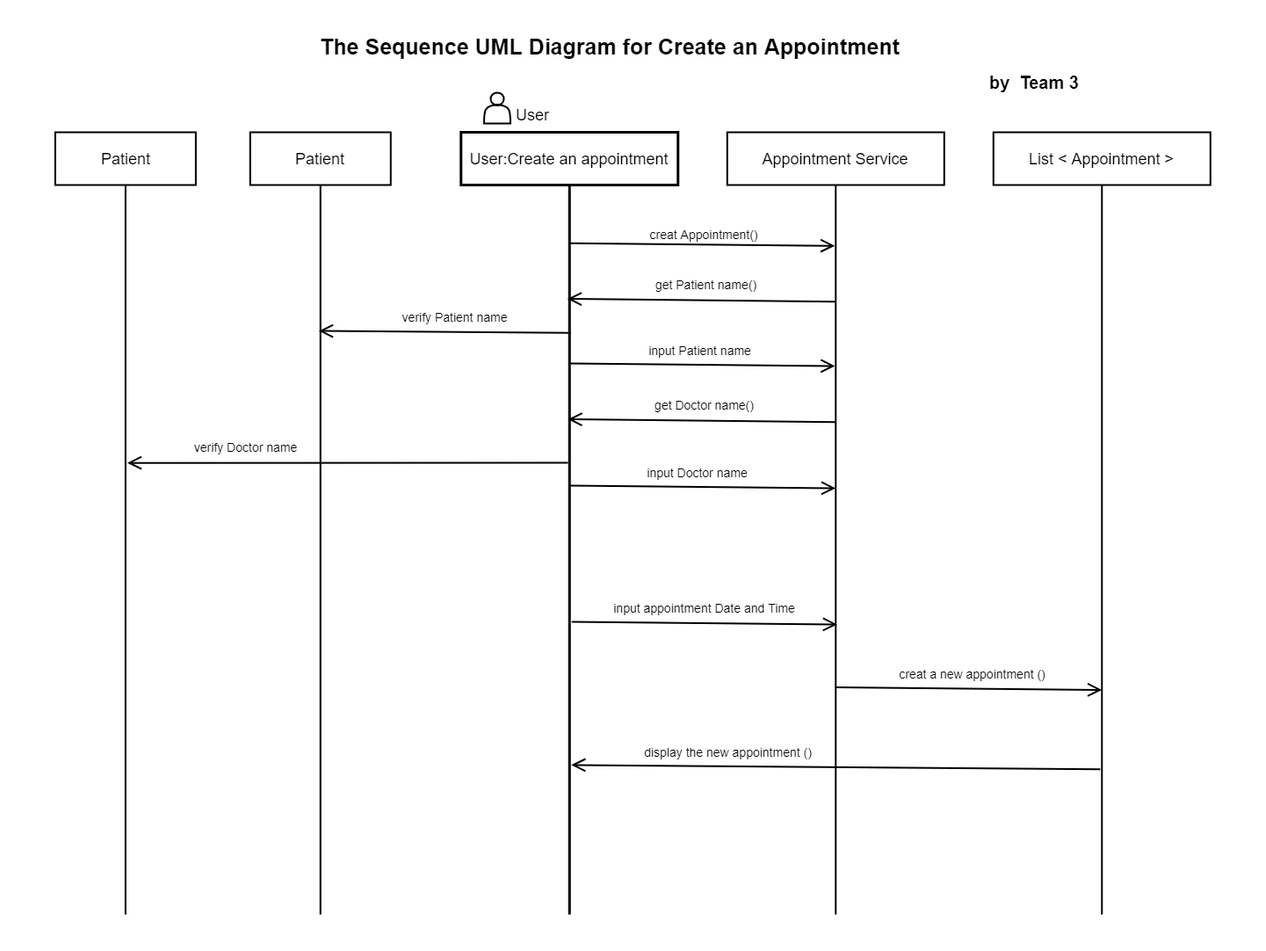
Above: UMI-Diagram/SequenceUML01.png in Tragicboyjay/Programmin-II-Medical-Group-Project (draw.io), before the change. Source tidied: cells renumbered, new cells last; positions are measured from the earlier drawing's top-left corner, leaving out a move shared by most shapes.
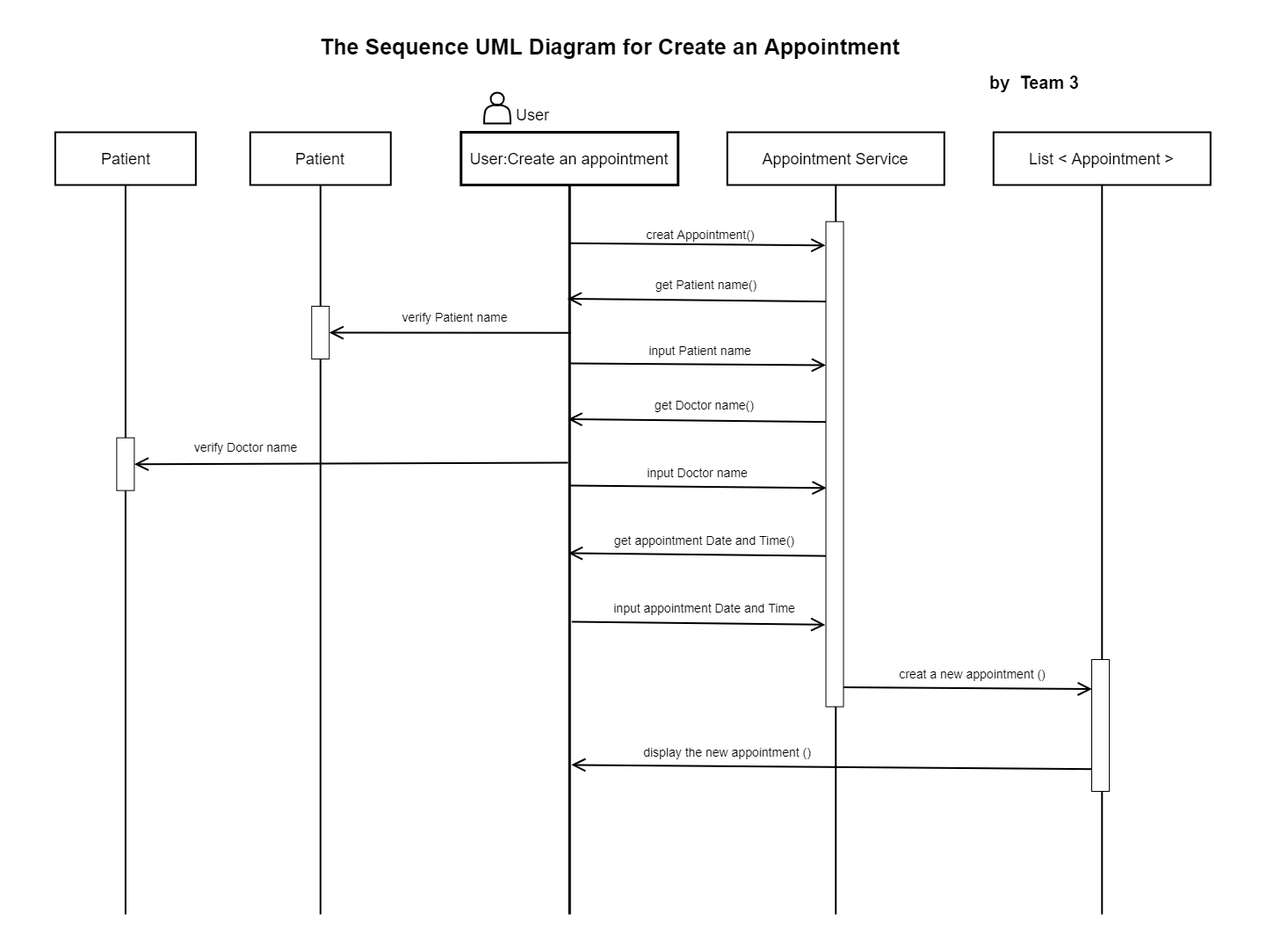
Later version of the same file.

Change to the diagram source:
```diff
@@ -56,10 +56,9 @@
     <mxCell id="19" value="&lt;p style=&quot;line-height: 180%&quot;&gt;&lt;b style=&quot;line-height: 230%&quot;&gt;&lt;font style=&quot;font-size: 20px&quot;&gt;by&amp;nbsp; Team 3&lt;/font&gt;&lt;/b&gt;&lt;/p&gt;" style="text;html=1;strokeColor=none;fillColor=none;align=center;verticalAlign=middle;whiteSpace=wrap;rounded=0;strokeWidth=7;" parent="1" vertex="1">
       <mxGeometry x="1121" y="70" width="110" height="50" as="geometry" />
     </mxCell>
-    <mxCell id="20" style="endArrow=open;endFill=1;endSize=12;html=1;strokeWidth=2;entryX=0.297;entryY=0.456;entryDx=0;entryDy=0;entryPerimeter=0;exitX=0.297;exitY=0.377;exitDx=0;exitDy=0;exitPerimeter=0;" parent="1" edge="1">
+    <mxCell id="20" style="endArrow=open;endFill=1;endSize=12;html=1;strokeWidth=2;entryX=-0.03;entryY=0.049;entryDx=0;entryDy=0;entryPerimeter=0;exitX=0.297;exitY=0.377;exitDx=0;exitDy=0;exitPerimeter=0;" parent="1" edge="1" target="47">
       <mxGeometry relative="1" as="geometry">
         <mxPoint x="647" y="276.2" as="sourcePoint" />
-        <mxPoint x="949.2" y="279.2" as="targetPoint" />
       </mxGeometry>
     </mxCell>
     <mxCell id="21" value="&amp;nbsp;&lt;font style=&quot;font-size: 14px&quot;&gt; &amp;nbsp; creat Appointment()&amp;nbsp; &amp;nbsp;&lt;/font&gt;" style="edgeLabel;html=1;align=center;verticalAlign=middle;" parent="20" vertex="1">
@@ -76,79 +75,95 @@
     <mxCell id="23" value="&lt;span style=&quot;font-size: 14px&quot;&gt;get Patient name()&lt;/span&gt;" style="text;html=1;align=center;verticalAlign=middle;" parent="1" vertex="1">
       <mxGeometry x="737.5" y="313" width="130" height="20" as="geometry" />
     </mxCell>
-    <mxCell id="24" style="endArrow=open;endFill=1;endSize=12;html=1;strokeWidth=2;exitX=0.181;exitY=0.649;exitDx=0;exitDy=0;exitPerimeter=0;" parent="1" edge="1">
-      <mxGeometry relative="1" as="geometry">
-        <mxPoint x="648.8" y="378.3" as="sourcePoint" />
-        <mxPoint x="362" y="376" as="targetPoint" />
-      </mxGeometry>
+    <mxCell id="24" value="&lt;span style=&quot;font-size: 14px&quot;&gt;verify Patient name&lt;/span&gt;" style="text;html=1;align=center;verticalAlign=middle;" parent="1" vertex="1">
+      <mxGeometry x="446.5" y="350" width="140" height="20" as="geometry" />
     </mxCell>
-    <mxCell id="25" value="&lt;span style=&quot;font-size: 14px&quot;&gt;verify Patient name&lt;/span&gt;" style="text;html=1;align=center;verticalAlign=middle;" parent="1" vertex="1">
-      <mxGeometry x="446.5" y="350" width="140" height="20" as="geometry" />
+    <mxCell id="25" style="endArrow=open;endFill=1;endSize=12;html=1;strokeWidth=2;entryX=-0.001;entryY=0.296;entryDx=0;entryDy=0;entryPerimeter=0;exitX=0.297;exitY=0.377;exitDx=0;exitDy=0;exitPerimeter=0;" parent="1" edge="1" target="47">
+      <mxGeometry relative="1" as="geometry">
+        <mxPoint x="647.2" y="413" as="sourcePoint" />
+      </mxGeometry>
     </mxCell>
-    <mxCell id="26" style="endArrow=open;endFill=1;endSize=12;html=1;strokeWidth=2;entryX=0.297;entryY=0.456;entryDx=0;entryDy=0;entryPerimeter=0;exitX=0.297;exitY=0.377;exitDx=0;exitDy=0;exitPerimeter=0;" parent="1" edge="1">
-      <mxGeometry relative="1" as="geometry">
-        <mxPoint x="647.2" y="413" as="sourcePoint" />
-        <mxPoint x="949.5" y="416" as="targetPoint" />
-      </mxGeometry>
+    <mxCell id="26" value="&lt;span style=&quot;font-size: 14px&quot;&gt;input Patient name&lt;/span&gt;" style="text;html=1;align=center;verticalAlign=middle;" parent="1" vertex="1">
+      <mxGeometry x="730" y="388" width="130" height="20" as="geometry" />
     </mxCell>
-    <mxCell id="27" value="&lt;span style=&quot;font-size: 14px&quot;&gt;input Patient name&lt;/span&gt;" style="text;html=1;align=center;verticalAlign=middle;" parent="1" vertex="1">
-      <mxGeometry x="730" y="388" width="130" height="20" as="geometry" />
+    <mxCell id="27" style="endArrow=open;endFill=1;endSize=12;html=1;strokeWidth=2;exitX=0.138;exitY=0.525;exitDx=0;exitDy=0;exitPerimeter=0;entryX=0.136;entryY=0.747;entryDx=0;entryDy=0;entryPerimeter=0;" parent="1" edge="1">
+      <mxGeometry relative="1" as="geometry">
+        <mxPoint x="950.6" y="479.7" as="sourcePoint" />
+        <mxPoint x="645.4" y="476.5" as="targetPoint" />
+      </mxGeometry>
     </mxCell>
-    <mxCell id="28" style="endArrow=open;endFill=1;endSize=12;html=1;strokeWidth=2;exitX=0.138;exitY=0.525;exitDx=0;exitDy=0;exitPerimeter=0;entryX=0.136;entryY=0.747;entryDx=0;entryDy=0;entryPerimeter=0;" parent="1" edge="1">
-      <mxGeometry relative="1" as="geometry">
-        <mxPoint x="950.6" y="479.7" as="sourcePoint" />
-        <mxPoint x="645.4" y="476.5" as="targetPoint" />
-      </mxGeometry>
+    <mxCell id="28" value="&lt;span style=&quot;font-size: 14px&quot;&gt;get Doctor name()&lt;/span&gt;" style="text;html=1;align=center;verticalAlign=middle;" parent="1" vertex="1">
+      <mxGeometry x="735.1" y="450" width="130" height="20" as="geometry" />
     </mxCell>
-    <mxCell id="29" value="&lt;span style=&quot;font-size: 14px&quot;&gt;get Doctor name()&lt;/span&gt;" style="text;html=1;align=center;verticalAlign=middle;" parent="1" vertex="1">
-      <mxGeometry x="735.1" y="450" width="130" height="20" as="geometry" />
+    <mxCell id="29" style="endArrow=open;endFill=1;endSize=12;html=1;strokeWidth=2;entryX=0.031;entryY=0.549;entryDx=0;entryDy=0;entryPerimeter=0;exitX=0.297;exitY=0.377;exitDx=0;exitDy=0;exitPerimeter=0;" parent="1" edge="1" target="47">
+      <mxGeometry relative="1" as="geometry">
+        <mxPoint x="647.9" y="552" as="sourcePoint" />
+      </mxGeometry>
     </mxCell>
-    <mxCell id="30" style="endArrow=open;endFill=1;endSize=12;html=1;strokeWidth=2;entryX=0.297;entryY=0.456;entryDx=0;entryDy=0;entryPerimeter=0;exitX=0.297;exitY=0.377;exitDx=0;exitDy=0;exitPerimeter=0;" parent="1" edge="1">
-      <mxGeometry relative="1" as="geometry">
-        <mxPoint x="647.9" y="552" as="sourcePoint" />
-        <mxPoint x="950.1" y="555" as="targetPoint" />
-      </mxGeometry>
+    <mxCell id="30" value="&lt;span style=&quot;font-size: 14px&quot;&gt;input Doctor name&lt;/span&gt;" style="text;html=1;align=center;verticalAlign=middle;" parent="1" vertex="1">
+      <mxGeometry x="727.6" y="527" width="130" height="20" as="geometry" />
     </mxCell>
-    <mxCell id="31" value="&lt;span style=&quot;font-size: 14px&quot;&gt;input Doctor name&lt;/span&gt;" style="text;html=1;align=center;verticalAlign=middle;" parent="1" vertex="1">
-      <mxGeometry x="727.6" y="527" width="130" height="20" as="geometry" />
+    <mxCell id="31" style="endArrow=open;endFill=1;endSize=12;html=1;strokeWidth=2;exitX=0.181;exitY=0.649;exitDx=0;exitDy=0;exitPerimeter=0;entryX=1;entryY=0.5;entryDx=0;entryDy=0;" parent="1" edge="1" target="45">
+      <mxGeometry relative="1" as="geometry">
+        <mxPoint x="645.5" y="526" as="sourcePoint" />
+      </mxGeometry>
     </mxCell>
-    <mxCell id="32" style="endArrow=open;endFill=1;endSize=12;html=1;strokeWidth=2;exitX=0.181;exitY=0.649;exitDx=0;exitDy=0;exitPerimeter=0;entryX=0.381;entryY=0.295;entryDx=0;entryDy=0;entryPerimeter=0;" parent="1" edge="1" target="11">
-      <mxGeometry relative="1" as="geometry">
-        <mxPoint x="645.5" y="526" as="sourcePoint" />
-      </mxGeometry>
+    <mxCell id="32" value="&lt;span style=&quot;font-size: 14px&quot;&gt;verify Doctor name&lt;/span&gt;" style="text;html=1;align=center;verticalAlign=middle;" parent="1" vertex="1">
+      <mxGeometry x="213.5" y="497.7" width="130" height="20" as="geometry" />
     </mxCell>
-    <mxCell id="33" value="&lt;span style=&quot;font-size: 14px&quot;&gt;verify Doctor name&lt;/span&gt;" style="text;html=1;align=center;verticalAlign=middle;" parent="1" vertex="1">
-      <mxGeometry x="213.5" y="497.7" width="130" height="20" as="geometry" />
+    <mxCell id="33" style="endArrow=open;endFill=1;endSize=12;html=1;strokeWidth=2;exitX=0.801;exitY=0.689;exitDx=0;exitDy=0;exitPerimeter=0;entryX=0.795;entryY=0.302;entryDx=0;entryDy=0;entryPerimeter=0;" parent="1" edge="1" source="17" target="5">
+      <mxGeometry relative="1" as="geometry" />
     </mxCell>
-    <mxCell id="34" style="endArrow=open;endFill=1;endSize=12;html=1;strokeWidth=2;exitX=0.801;exitY=0.689;exitDx=0;exitDy=0;exitPerimeter=0;entryX=0.795;entryY=0.302;entryDx=0;entryDy=0;entryPerimeter=0;" parent="1" edge="1" source="17" target="5">
-      <mxGeometry relative="1" as="geometry" />
+    <mxCell id="34" value="&lt;span style=&quot;font-size: 14px&quot;&gt;display the new appointment ()&lt;/span&gt;" style="text;html=1;align=center;verticalAlign=middle;" parent="1" vertex="1">
+      <mxGeometry x="722" y="845" width="210" height="20" as="geometry" />
     </mxCell>
-    <mxCell id="35" value="&lt;span style=&quot;font-size: 14px&quot;&gt;display the new appointment ()&lt;/span&gt;" style="text;html=1;align=center;verticalAlign=middle;" parent="1" vertex="1">
-      <mxGeometry x="722" y="845" width="210" height="20" as="geometry" />
+    <mxCell id="35" style="endArrow=open;endFill=1;endSize=12;html=1;strokeWidth=2;entryX=-0.038;entryY=0.831;entryDx=0;entryDy=0;entryPerimeter=0;exitX=0.297;exitY=0.377;exitDx=0;exitDy=0;exitPerimeter=0;" parent="1" edge="1" target="47">
+      <mxGeometry relative="1" as="geometry">
+        <mxPoint x="649.7" y="707" as="sourcePoint" />
+      </mxGeometry>
     </mxCell>
-    <mxCell id="36" style="endArrow=open;endFill=1;endSize=12;html=1;strokeWidth=2;entryX=0.297;entryY=0.456;entryDx=0;entryDy=0;entryPerimeter=0;exitX=0.297;exitY=0.377;exitDx=0;exitDy=0;exitPerimeter=0;" parent="1" edge="1">
-      <mxGeometry relative="1" as="geometry">
-        <mxPoint x="649.7" y="707" as="sourcePoint" />
-        <mxPoint x="952" y="710" as="targetPoint" />
-      </mxGeometry>
+    <mxCell id="36" value="&lt;span style=&quot;font-size: 14px&quot;&gt;input appointment Date and Time&lt;/span&gt;" style="text;html=1;align=center;verticalAlign=middle;" parent="1" vertex="1">
+      <mxGeometry x="690.1" y="681" width="220" height="20" as="geometry" />
     </mxCell>
-    <mxCell id="37" value="&lt;span style=&quot;font-size: 14px&quot;&gt;input appointment Date and Time&lt;/span&gt;" style="text;html=1;align=center;verticalAlign=middle;" parent="1" vertex="1">
-      <mxGeometry x="690.1" y="681" width="220" height="20" as="geometry" />
+    <mxCell id="37" style="endArrow=open;endFill=1;endSize=12;html=1;strokeWidth=2;entryX=0.014;entryY=0.224;entryDx=0;entryDy=0;entryPerimeter=0;exitX=0.297;exitY=0.377;exitDx=0;exitDy=0;exitPerimeter=0;" parent="1" edge="1" target="46">
+      <mxGeometry relative="1" as="geometry">
+        <mxPoint x="951" y="781.5" as="sourcePoint" />
+      </mxGeometry>
     </mxCell>
-    <mxCell id="38" style="endArrow=open;endFill=1;endSize=12;html=1;strokeWidth=2;entryX=0.297;entryY=0.456;entryDx=0;entryDy=0;entryPerimeter=0;exitX=0.297;exitY=0.377;exitDx=0;exitDy=0;exitPerimeter=0;" parent="1" edge="1">
-      <mxGeometry relative="1" as="geometry">
-        <mxPoint x="951" y="781.5" as="sourcePoint" />
-        <mxPoint x="1253.2" y="784.5" as="targetPoint" />
-      </mxGeometry>
+    <mxCell id="38" value="&lt;span style=&quot;font-size: 14px&quot;&gt;creat a new appointment ()&lt;/span&gt;" style="text;html=1;align=center;verticalAlign=middle;" parent="1" vertex="1">
+      <mxGeometry x="1015.4" y="755.5" width="180" height="20" as="geometry" />
     </mxCell>
-    <mxCell id="39" value="&lt;span style=&quot;font-size: 14px&quot;&gt;creat a new appointment ()&lt;/span&gt;" style="text;html=1;align=center;verticalAlign=middle;" parent="1" vertex="1">
-      <mxGeometry x="1015.4" y="755.5" width="180" height="20" as="geometry" />
+    <mxCell id="39" style="shape=actor;whiteSpace=wrap;html=1;strokeWidth=2;" parent="1" vertex="1">
+      <mxGeometry x="550" y="105" width="30" height="35" as="geometry" />
     </mxCell>
-    <mxCell id="40" style="shape=actor;whiteSpace=wrap;html=1;strokeWidth=2;" parent="1" vertex="1">
-      <mxGeometry x="550" y="105" width="30" height="35" as="geometry" />
+    <mxCell id="40" value="&lt;p style=&quot;line-height: 180% ; font-size: 18px&quot;&gt;User&lt;/p&gt;" style="text;html=1;strokeColor=none;fillColor=none;align=center;verticalAlign=middle;whiteSpace=wrap;rounded=0;strokeWidth=7;" parent="1" vertex="1">
+      <mxGeometry x="558.8" y="110" width="93.5" height="40" as="geometry" />
     </mxCell>
-    <mxCell id="41" value="&lt;p style=&quot;line-height: 180% ; font-size: 18px&quot;&gt;User&lt;/p&gt;" style="text;html=1;strokeColor=none;fillColor=none;align=center;verticalAlign=middle;whiteSpace=wrap;rounded=0;strokeWidth=7;" parent="1" vertex="1">
-      <mxGeometry x="558.8" y="110" width="93.5" height="40" as="geometry" />
+    <mxCell id="41" style="endArrow=open;endFill=1;endSize=12;html=1;strokeWidth=2;exitX=0.138;exitY=0.525;exitDx=0;exitDy=0;exitPerimeter=0;entryX=0.136;entryY=0.747;entryDx=0;entryDy=0;entryPerimeter=0;" parent="1" edge="1">
+      <mxGeometry relative="1" as="geometry">
+        <mxPoint x="951.1" y="632.2" as="sourcePoint" />
+        <mxPoint x="645.9" y="629" as="targetPoint" />
+      </mxGeometry>
     </mxCell>
+    <mxCell id="42" value="&lt;span style=&quot;font-size: 14px&quot;&gt;get appointment Date and Time()&lt;/span&gt;" style="text;html=1;align=center;verticalAlign=middle;" parent="1" vertex="1">
+      <mxGeometry x="690.1" y="604" width="220" height="20" as="geometry" />
+    </mxCell>
+    <mxCell id="43" style="rounded=0;whiteSpace=wrap;html=1;" parent="1" vertex="1">
+      <mxGeometry x="353.8" y="348" width="20" height="60" as="geometry" />
+    </mxCell>
+    <mxCell id="44" style="endArrow=open;endFill=1;endSize=12;html=1;strokeWidth=2;exitX=0.181;exitY=0.649;exitDx=0;exitDy=0;exitPerimeter=0;" parent="1" edge="1" target="43">
+      <mxGeometry relative="1" as="geometry">
+        <mxPoint x="648.8" y="378.3" as="sourcePoint" />
+      </mxGeometry>
+    </mxCell>
+    <mxCell id="45" style="rounded=0;whiteSpace=wrap;html=1;" parent="1" vertex="1">
+      <mxGeometry x="131.9" y="497.7" width="20" height="60" as="geometry" />
+    </mxCell>
+    <mxCell id="46" style="rounded=0;whiteSpace=wrap;html=1;" parent="1" vertex="1">
+      <mxGeometry x="1241.5" y="750" width="20" height="150" as="geometry" />
+    </mxCell>
+    <mxCell id="47" style="rounded=0;whiteSpace=wrap;html=1;" parent="1" vertex="1">
+      <mxGeometry x="939" y="251.7" width="20" height="552" as="geometry" />
+    </mxCell>
   </root>
 </mxGraphModel>
```
